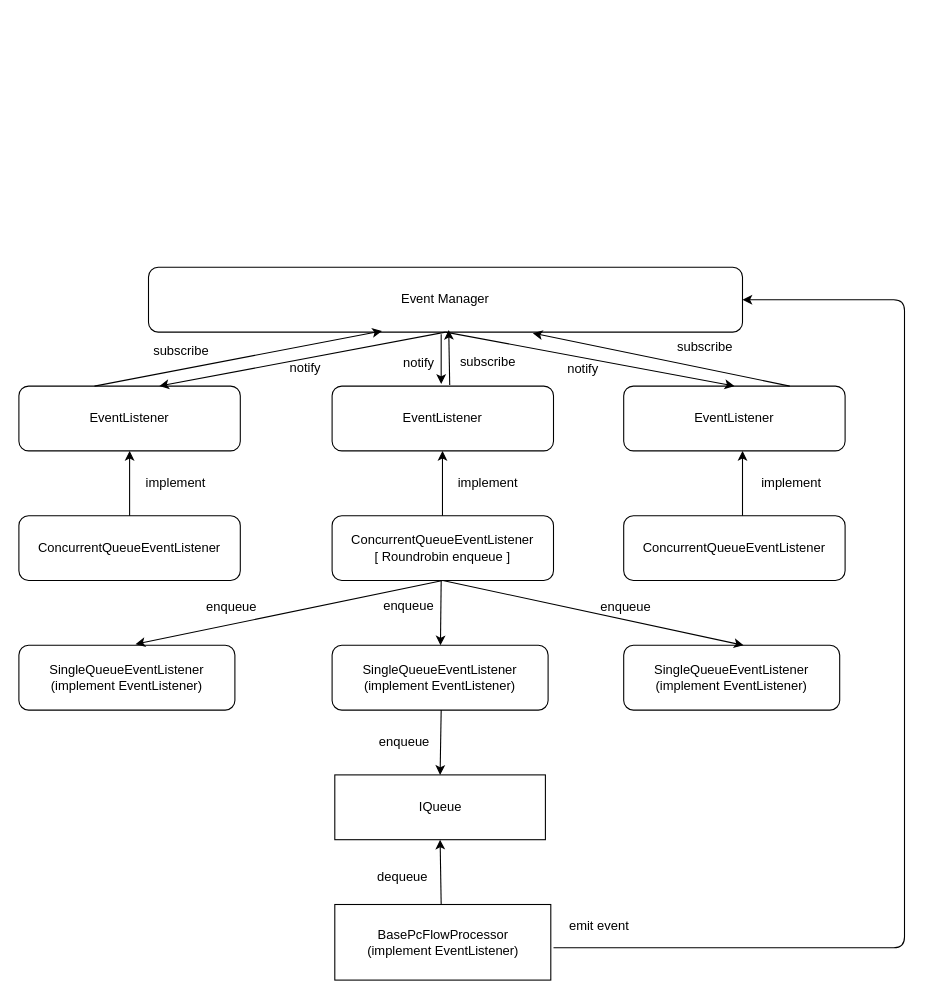
This is pcFlow.drawio from ndhcoder/my-configs, a draw.io file, before an edit. Source tidied: cells renumbered, new cells numbered last; positions are measured from the earlier drawing's top-left corner, leaving out a move shared by most shapes. Both pictures are drawn from the tidied source at 108%, with x=0, y=0 at pixel (18, 267).
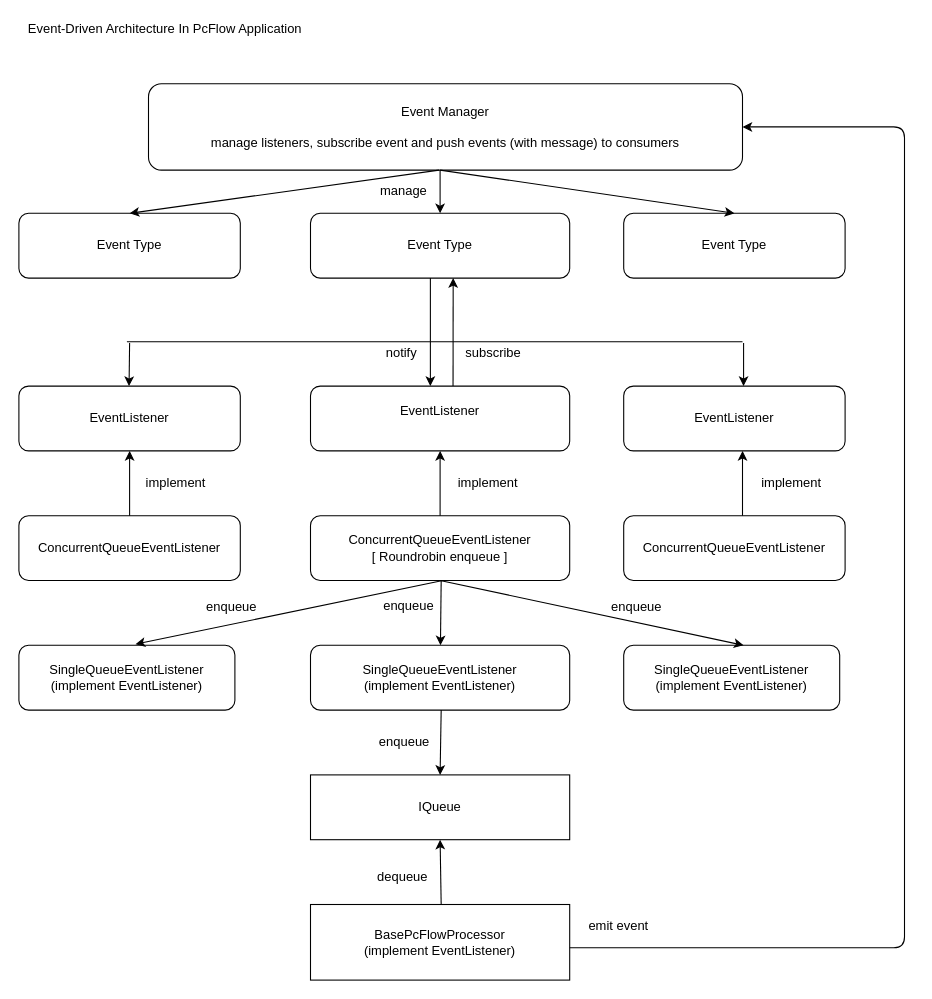
The same page after the edit.

The change refers to these unchanged cells:
```xml
<mxCell id="9" value="EventListener" style="rounded=1;whiteSpace=wrap;html=1;" parent="1" vertex="1">
  <mxGeometry x="560" y="110" width="205" height="60" as="geometry" />
</mxCell>
```

The edit, as a diff of the source:
```diff
@@
+    <mxCell id="44" value="Event Type" style="rounded=1;whiteSpace=wrap;html=1;" parent="1" vertex="1">
+      <mxGeometry y="-50" width="205" height="60" as="geometry" />
+    </mxCell>
-    <mxCell id="2" value="Event Manager" style="rounded=1;whiteSpace=wrap;html=1;" parent="1" vertex="1">
-      <mxGeometry x="120" width="550" height="60" as="geometry" />
+    <mxCell id="2" value="Event Manager&lt;br&gt;&lt;br&gt;manage listeners, subscribe event and push events (with message) to consumers" style="rounded=1;whiteSpace=wrap;html=1;" parent="1" vertex="1">
+      <mxGeometry x="120" y="-170" width="550" height="80" as="geometry" />
     </mxCell>
     <mxCell id="3" value="ConcurrentQueueEventListener&lt;br&gt;[ Roundrobin enqueue ]" style="rounded=1;whiteSpace=wrap;html=1;" parent="1" vertex="1">
-      <mxGeometry x="290" y="230" width="205" height="60" as="geometry" />
+      <mxGeometry x="270" y="230" width="240" height="60" as="geometry" />
     </mxCell>
@@
-    <mxCell id="8" value="EventListener" style="rounded=1;whiteSpace=wrap;html=1;" parent="1" vertex="1">
-      <mxGeometry x="290" y="110" width="205" height="60" as="geometry" />
+    <mxCell id="8" value="EventListener&lt;br&gt;&lt;br&gt;" style="rounded=1;whiteSpace=wrap;html=1;" parent="1" vertex="1">
+      <mxGeometry x="270" y="110" width="240" height="60" as="geometry" />
     </mxCell>
@@
     <mxCell id="10" value="SingleQueueEventListener&lt;br&gt;(implement EventListener)" style="rounded=1;whiteSpace=wrap;html=1;" parent="1" vertex="1">
-      <mxGeometry x="290" y="350" width="200" height="60" as="geometry" />
+      <mxGeometry x="270" y="350" width="240" height="60" as="geometry" />
     </mxCell>
@@
-    <mxCell id="13" style="endArrow=classic;html=1;entryX=0.5;entryY=1;entryDx=0;entryDy=0;exitX=0.5;exitY=0;exitDx=0;exitDy=0;" parent="1" edge="1">
-      <mxGeometry relative="1" as="geometry">
-        <mxPoint x="392.2" y="230" as="sourcePoint" />
-        <mxPoint x="392.2" y="170" as="targetPoint" />
-      </mxGeometry>
+    <mxCell id="13" style="endArrow=classic;html=1;exitX=0.5;exitY=0;exitDx=0;exitDy=0;entryX=0.5;entryY=1;entryDx=0;entryDy=0;" parent="1" edge="1" source="3" target="8">
+      <mxGeometry relative="1" as="geometry" />
     </mxCell>
@@
-    <mxCell id="15" style="endArrow=classic;html=1;exitX=0.5;exitY=1;exitDx=0;exitDy=0;" parent="1" edge="1" source="2">
-      <mxGeometry relative="1" as="geometry">
-        <mxPoint x="130" y="110" as="targetPoint" />
-      </mxGeometry>
-    </mxCell>
-    <mxCell id="16" style="endArrow=classic;html=1;" parent="1" edge="1">
-      <mxGeometry relative="1" as="geometry">
-        <mxPoint x="391" y="62" as="sourcePoint" />
-        <mxPoint x="391" y="108" as="targetPoint" />
-      </mxGeometry>
-    </mxCell>
-    <mxCell id="17" style="endArrow=classic;html=1;entryX=0.5;entryY=0;entryDx=0;entryDy=0;exitX=0.5;exitY=1;exitDx=0;exitDy=0;" parent="1" edge="1" source="2" target="9">
-      <mxGeometry relative="1" as="geometry" />
-    </mxCell>
@@
-    <mxCell id="21" value="notify" style="text;html=1;align=center;verticalAlign=middle;" parent="1" vertex="1">
-      <mxGeometry x="245" y="83" width="40" height="20" as="geometry" />
-    </mxCell>
-    <mxCell id="22" value="notify" style="text;html=1;align=center;verticalAlign=middle;" parent="1" vertex="1">
-      <mxGeometry x="350" y="79" width="40" height="20" as="geometry" />
-    </mxCell>
     <mxCell id="23" value="notify" style="text;html=1;align=center;verticalAlign=middle;" parent="1" vertex="1">
-      <mxGeometry x="502" y="84" width="40" height="20" as="geometry" />
+      <mxGeometry x="334" y="70" width="40" height="20" as="geometry" />
     </mxCell>
-    <mxCell id="24" style="endArrow=classic;html=1;entryX=0.393;entryY=0.983;entryDx=0;entryDy=0;entryPerimeter=0;" parent="1" edge="1" target="2">
-      <mxGeometry relative="1" as="geometry">
-        <mxPoint x="70" y="110" as="sourcePoint" />
-      </mxGeometry>
-    </mxCell>
-    <mxCell id="25" value="subscribe" style="text;html=1;align=center;verticalAlign=middle;" parent="1" vertex="1">
-      <mxGeometry x="115" y="68" width="70" height="20" as="geometry" />
-    </mxCell>
-    <mxCell id="26" style="endArrow=classic;html=1;exitX=0.546;exitY=0.017;exitDx=0;exitDy=0;exitPerimeter=0;" parent="1" edge="1">
-      <mxGeometry relative="1" as="geometry">
-        <mxPoint x="398.9" y="109" as="sourcePoint" />
-        <mxPoint x="398" y="58" as="targetPoint" />
-      </mxGeometry>
-    </mxCell>
-    <mxCell id="27" value="subscribe" style="text;html=1;align=center;verticalAlign=middle;" parent="1" vertex="1">
-      <mxGeometry x="399" y="78" width="70" height="20" as="geometry" />
-    </mxCell>
-    <mxCell id="28" style="endArrow=classic;html=1;entryX=0.647;entryY=1.017;entryDx=0;entryDy=0;entryPerimeter=0;exitX=0.75;exitY=0;exitDx=0;exitDy=0;" parent="1" edge="1" source="9" target="2">
-      <mxGeometry relative="1" as="geometry" />
-    </mxCell>
-    <mxCell id="29" value="subscribe" style="text;html=1;align=center;verticalAlign=middle;" parent="1" vertex="1">
-      <mxGeometry x="600" y="64" width="70" height="20" as="geometry" />
-    </mxCell>
@@
     <mxCell id="34" value="&amp;nbsp;enqueue" style="text;html=1;align=center;verticalAlign=middle;" parent="1" vertex="1">
-      <mxGeometry x="525" y="305" width="70" height="20" as="geometry" />
+      <mxGeometry x="535" y="305" width="70" height="20" as="geometry" />
     </mxCell>
@@
     <mxCell id="36" value="IQueue" style="rounded=0;whiteSpace=wrap;html=1;" parent="1" vertex="1">
-      <mxGeometry x="292.5" y="470" width="195" height="60" as="geometry" />
+      <mxGeometry x="270" y="470" width="240" height="60" as="geometry" />
     </mxCell>
     <mxCell id="37" value="BasePcFlowProcessor&lt;br&gt;(implement EventListener)" style="rounded=0;whiteSpace=wrap;html=1;" parent="1" vertex="1">
-      <mxGeometry x="292.5" y="590" width="200" height="70" as="geometry" />
+      <mxGeometry x="270" y="590" width="240" height="70" as="geometry" />
     </mxCell>
@@
-    <mxCell id="42" style="endArrow=classic;html=1;entryX=1;entryY=0.5;entryDx=0;entryDy=0;" parent="1" edge="1" target="2">
+    <mxCell id="42" style="endArrow=classic;html=1;" parent="1" edge="1">
       <mxGeometry relative="1" as="geometry">
-        <mxPoint x="495" y="630" as="sourcePoint" />
+        <mxPoint x="510" y="630" as="sourcePoint" />
+        <mxPoint x="670" y="-130" as="targetPoint" />
         <Array as="points">
           <mxPoint x="820" y="630" />
-          <mxPoint x="820" y="30" />
+          <mxPoint x="820" y="-130" />
         </Array>
       </mxGeometry>
     </mxCell>
     <mxCell id="43" value="emit event" style="text;html=1;align=center;verticalAlign=middle;" parent="1" vertex="1">
-      <mxGeometry x="502" y="600" width="70" height="20" as="geometry" />
+      <mxGeometry x="520" y="600" width="70" height="20" as="geometry" />
     </mxCell>
+    <mxCell id="45" value="Event-Driven Architecture In PcFlow Application" style="text;html=1;align=center;verticalAlign=middle;" parent="1" vertex="1">
+      <mxGeometry y="-230" width="270" height="20" as="geometry" />
+    </mxCell>
+    <mxCell id="46" value="Event Type" style="rounded=1;whiteSpace=wrap;html=1;" parent="1" vertex="1">
+      <mxGeometry x="270" y="-50" width="240" height="60" as="geometry" />
+    </mxCell>
+    <mxCell id="47" value="Event Type" style="rounded=1;whiteSpace=wrap;html=1;" parent="1" vertex="1">
+      <mxGeometry x="560" y="-50" width="205" height="60" as="geometry" />
+    </mxCell>
+    <mxCell id="48" style="endArrow=classic;html=1;" parent="1" edge="1">
+      <mxGeometry relative="1" as="geometry">
+        <mxPoint x="381" y="10" as="sourcePoint" />
+        <mxPoint x="381" y="110" as="targetPoint" />
+      </mxGeometry>
+    </mxCell>
+    <mxCell id="49" style="endArrow=none;html=1;" parent="1" edge="1">
+      <mxGeometry relative="1" as="geometry">
+        <mxPoint x="100" y="69" as="sourcePoint" />
+        <mxPoint x="670" y="69" as="targetPoint" />
+      </mxGeometry>
+    </mxCell>
+    <mxCell id="50" style="endArrow=classic;html=1;" parent="1" edge="1">
+      <mxGeometry relative="1" as="geometry">
+        <mxPoint x="102.5" y="70" as="sourcePoint" />
+        <mxPoint x="102" y="110" as="targetPoint" />
+      </mxGeometry>
+    </mxCell>
+    <mxCell id="51" style="endArrow=classic;html=1;" parent="1" edge="1">
+      <mxGeometry relative="1" as="geometry">
+        <mxPoint x="671" y="70" as="sourcePoint" />
+        <mxPoint x="671" y="110" as="targetPoint" />
+      </mxGeometry>
+    </mxCell>
+    <mxCell id="52" style="endArrow=classic;html=1;entryX=0.465;entryY=0.013;entryDx=0;entryDy=0;entryPerimeter=0;" parent="1" edge="1">
+      <mxGeometry relative="1" as="geometry">
+        <mxPoint x="402" y="110" as="sourcePoint" />
+        <mxPoint x="402.1" y="10" as="targetPoint" />
+      </mxGeometry>
+    </mxCell>
+    <mxCell id="53" value="subscribe" style="text;html=1;align=center;verticalAlign=middle;" parent="1" vertex="1">
+      <mxGeometry x="404" y="70" width="70" height="20" as="geometry" />
+    </mxCell>
+    <mxCell id="54" style="endArrow=classic;html=1;entryX=0.5;entryY=0;entryDx=0;entryDy=0;" parent="1" edge="1" target="44">
+      <mxGeometry relative="1" as="geometry">
+        <mxPoint x="389" y="-90" as="sourcePoint" />
+      </mxGeometry>
+    </mxCell>
+    <mxCell id="55" style="endArrow=classic;html=1;entryX=0.5;entryY=0;entryDx=0;entryDy=0;" parent="1" edge="1" target="46">
+      <mxGeometry relative="1" as="geometry">
+        <mxPoint x="390" y="-90" as="sourcePoint" />
+      </mxGeometry>
+    </mxCell>
+    <mxCell id="56" style="endArrow=classic;html=1;entryX=0.5;entryY=0;entryDx=0;entryDy=0;" parent="1" edge="1" target="47">
+      <mxGeometry relative="1" as="geometry">
+        <mxPoint x="390" y="-90" as="sourcePoint" />
+      </mxGeometry>
+    </mxCell>
+    <mxCell id="57" value="manage" style="text;html=1;align=center;verticalAlign=middle;" parent="1" vertex="1">
+      <mxGeometry x="326" y="-80" width="60" height="20" as="geometry" />
+    </mxCell>
```
